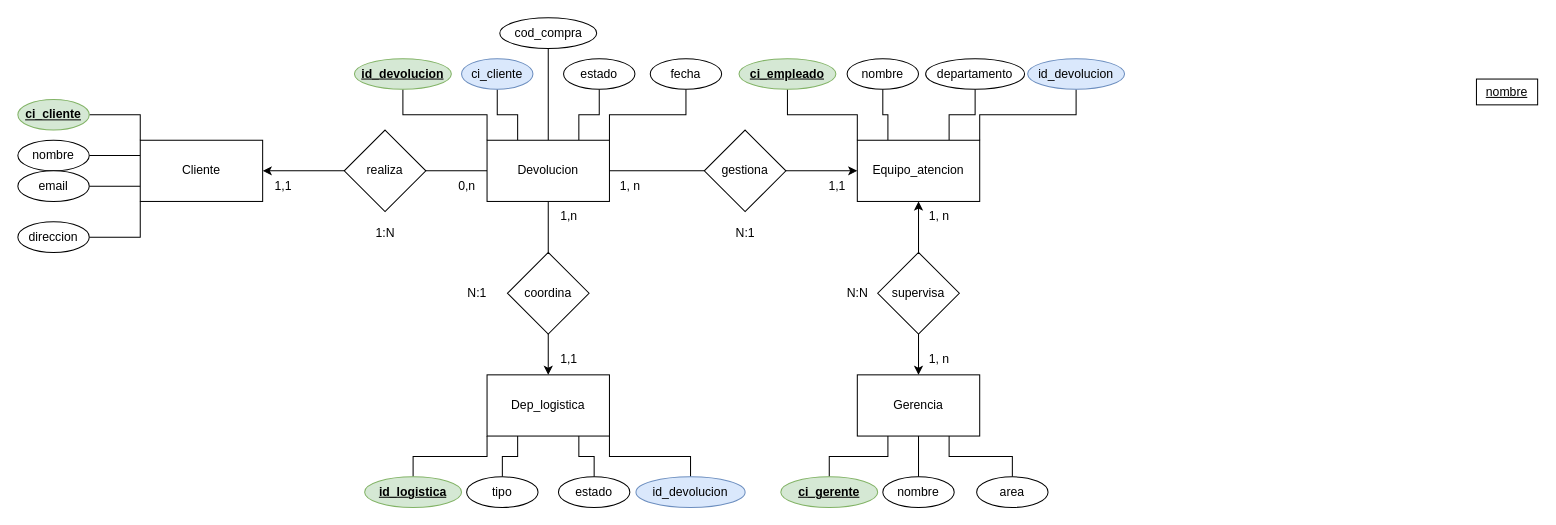
The draw.io diagram page "MER" (2 of 3) of automatizacion - ecommerce.drawio in AlbanyNVRodriguez/draw---diagrams, before the edit. Source tidied: cells renumbered, new cells numbered last; positions are measured from the earlier drawing's top-left corner, leaving out a move shared by most shapes. Both pictures are drawn from the tidied source at 102%, with x=0, y=0 at pixel (17, 17).
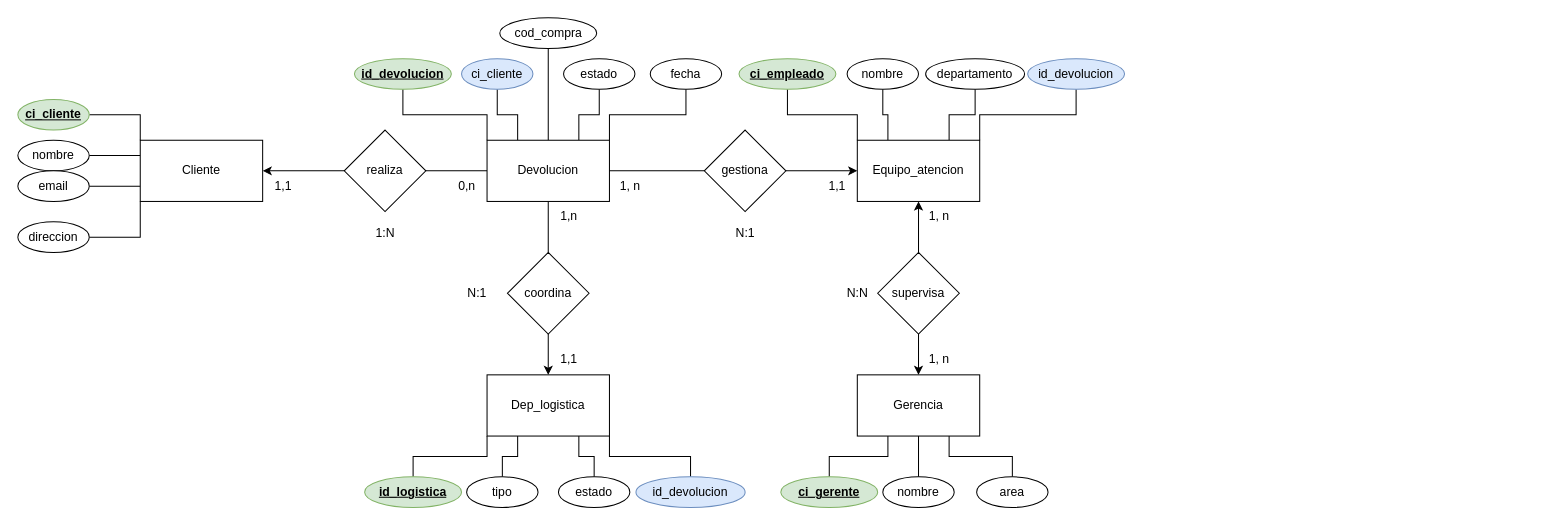
The same diagram, later.

Diff of the diagram source:
```diff
@@
-    <mxCell id="39" value="nombre" style="rounded=0;whiteSpace=wrap;html=1;fontStyle=4;" parent="1" vertex="1">
-      <mxGeometry x="1430" y="60" width="60" height="25.3" as="geometry" />
-    </mxCell>
```
